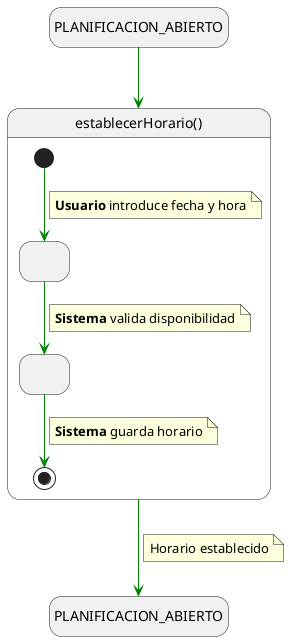
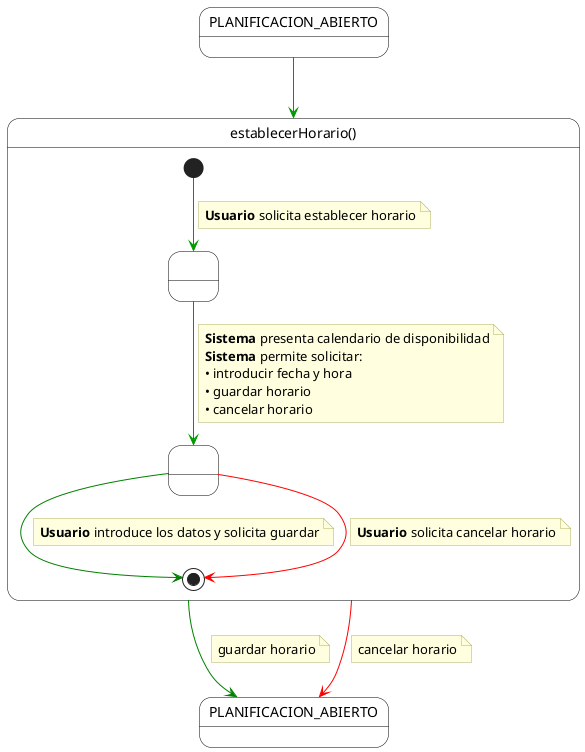
@startuml establecerHorario
+ skinparam monochrome false
+ skinparam shadow false
+ top to bottom direction

- hide empty description
- skinparam linetype polyline
+ skinparam state {
+     BackgroundColor White
+     BorderColor Black
+     ArrowColor #009900
+     StartColor Black
+     EndColor Black
+ }

- state in1 as "PLANIFICACION_ABIERTO"
- in1 -[#green]-> establecerHorario
+ skinparam note {
+     BackgroundColor #FFFFE0
+     BorderColor #B0B060
+     FontName Arial
+ }

- state establecerHorario as "establecerHorario()" {
+ state "PLANIFICACION_ABIERTO" as Inicio

-     state IngresandoHorario as " "
-     state ValidandoHorario as " "
+ state "establecerHorario()" as EstablecerHorarioContainer {
+     top to bottom direction

-     [*] -[#green]-> IngresandoHorario
+     state " " as PasoInicial
+     state " " as PasoDatos
+ 
+     [*] --> PasoInicial
    note on link
-         <b>Usuario</b> introduce fecha y hora
+         **Usuario** solicita establecer horario
    end note

-     IngresandoHorario -[#green]-> ValidandoHorario
+     PasoInicial --> PasoDatos
    note on link
-         <b>Sistema</b> valida disponibilidad
+         **Sistema** presenta calendario de disponibilidad
+         **Sistema** permite solicitar:
+         • introducir fecha y hora
+         • guardar horario
+         • cancelar horario
    end note

-     ValidandoHorario -[#green]-> [*]
+     PasoDatos -[#green]-> [*]
    note on link
-         <b>Sistema</b> guarda horario
+         **Usuario** introduce los datos y solicita guardar
+     end note
+ 
+     PasoDatos -[#red]-> [*]
+     note on link
+         **Usuario** solicita cancelar horario
    end note
}

- establecerHorario -[#green]-> PLANIFICACION_ABIERTO
+ state "PLANIFICACION_ABIERTO" as SalidaPlanificacion
+ 
+ Inicio --> EstablecerHorarioContainer
+ 
+ EstablecerHorarioContainer -[#green]-> SalidaPlanificacion
note on link
-     Horario establecido
+     guardar horario
end note

- @enduml
+ EstablecerHorarioContainer -[#red]-> SalidaPlanificacion
+ note on link
+     cancelar horario
+ end note
+ 
+ @enduml